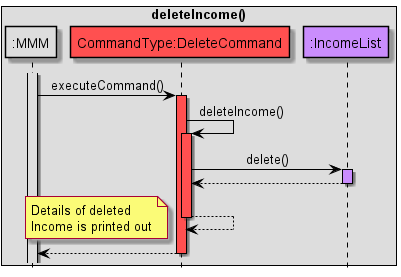
Above: docs/images/DeleteIncomeSequenceDiagram.png in nus-cs2113-AY2122S2/tp (PlantUML), before the change.
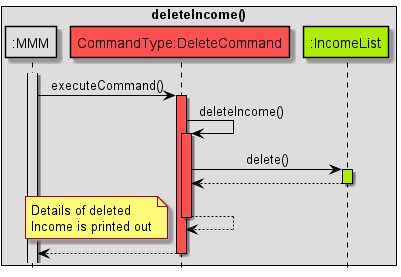
The same file after the commit.

Commit message:
Update sequence diagrams

Change to the diagram source:
```diff
@@ -14,7 +14,7 @@
 box deleteIncome()
 participant ":MMM" as MMM MMM_COLOUR
 participant "CommandType:DeleteCommand" as C COMMANDS_COLOUR
-participant ":IncomeList" as IL USERFINANCIAL_COLOUR
+participant ":IncomeList" as IL DATA_COLOUR
 end box
 
 activate MMM MMM_COLOUR
@@ -25,7 +25,7 @@
 activate C COMMANDS_COLOUR
 
 C -> IL: delete()
-activate IL USERFINANCIAL_COLOUR
+activate IL DATA_COLOUR
 IL --> C
 deactivate IL
 
```
